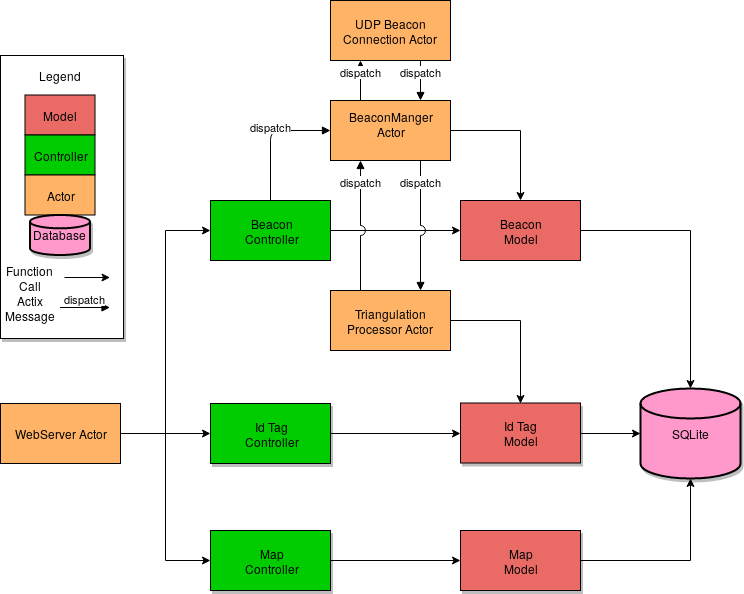
The draw.io diagram images/prototype_software_arch.png in liuyal/Akriveia, before a commit. Source tidied: cells renumbered, new cells last; positions are measured from the earlier drawing's top-left corner, leaving out a move shared by most shapes. Its diagram source:
```xml
<mxGraphModel>
  <root>
    <mxCell id="0" />
    <mxCell id="1" parent="0" />
    <mxCell id="2" style="edgeStyle=orthogonalEdgeStyle;rounded=0;jumpStyle=arc;jumpSize=17;jettySize=auto;html=1;entryX=0.5;entryY=0;entryDx=0;entryDy=0;" parent="1" edge="1" source="3" target="18">
      <mxGeometry relative="1" as="geometry" />
    </mxCell>
    <mxCell id="3" value="Triangulation Processor Actor" style="rounded=0;whiteSpace=wrap;html=1;fillColor=#FFB366;" parent="1" vertex="1">
      <mxGeometry x="330" y="290" width="120" height="60" as="geometry" />
    </mxCell>
    <mxCell id="4" style="edgeStyle=orthogonalEdgeStyle;rounded=0;jettySize=auto;html=1;entryX=0;entryY=0.5;entryDx=0;entryDy=0;" parent="1" edge="1" source="7" target="11">
      <mxGeometry relative="1" as="geometry" />
    </mxCell>
    <mxCell id="5" style="edgeStyle=orthogonalEdgeStyle;rounded=0;jettySize=auto;html=1;entryX=0;entryY=0.5;entryDx=0;entryDy=0;" parent="1" edge="1" source="7" target="14">
      <mxGeometry relative="1" as="geometry" />
    </mxCell>
    <mxCell id="6" style="edgeStyle=orthogonalEdgeStyle;rounded=0;jettySize=auto;html=1;entryX=0;entryY=0.5;entryDx=0;entryDy=0;" parent="1" edge="1" source="7" target="16">
      <mxGeometry relative="1" as="geometry" />
    </mxCell>
    <mxCell id="7" value="WebServer Actor" style="rounded=0;whiteSpace=wrap;html=1;fillColor=#FFB366;" parent="1" vertex="1">
      <mxGeometry y="403" width="120" height="60" as="geometry" />
    </mxCell>
    <mxCell id="8" style="edgeStyle=orthogonalEdgeStyle;rounded=0;jumpStyle=arc;jumpSize=10;jettySize=auto;html=1;entryX=0.5;entryY=0;entryDx=0;entryDy=0;entryPerimeter=0;" parent="1" edge="1" source="9" target="12">
      <mxGeometry relative="1" as="geometry">
        <Array as="points">
          <mxPoint x="690" y="230" />
        </Array>
      </mxGeometry>
    </mxCell>
    <mxCell id="9" value="&lt;div&gt;Beacon &lt;br&gt;&lt;/div&gt;&lt;div&gt;Model&lt;/div&gt;" style="rounded=0;whiteSpace=wrap;html=1;fillColor=#EA6B66;" parent="1" vertex="1">
      <mxGeometry x="460" y="200" width="120" height="60" as="geometry" />
    </mxCell>
    <mxCell id="10" value="UDP Beacon Connection Actor" style="rounded=0;whiteSpace=wrap;html=1;fillColor=#FFB366;" parent="1" vertex="1">
      <mxGeometry x="330" width="120" height="60" as="geometry" />
    </mxCell>
    <mxCell id="11" value="&lt;div&gt;Beacon &lt;br&gt;&lt;/div&gt;&lt;div&gt;Controller&lt;/div&gt;" style="rounded=0;whiteSpace=wrap;html=1;fillColor=#00CC00;" parent="1" vertex="1">
      <mxGeometry x="210" y="200" width="120" height="60" as="geometry" />
    </mxCell>
    <mxCell id="12" value="SQLite" style="strokeWidth=2;html=1;shape=mxgraph.flowchart.database;whiteSpace=wrap;shadow=1;fillColor=#FF99CC;" parent="1" vertex="1">
      <mxGeometry x="640" y="388" width="100" height="90" as="geometry" />
    </mxCell>
    <mxCell id="13" style="edgeStyle=orthogonalEdgeStyle;rounded=0;jettySize=auto;html=1;entryX=0;entryY=0.5;entryDx=0;entryDy=0;" parent="1" edge="1" source="14" target="18">
      <mxGeometry relative="1" as="geometry" />
    </mxCell>
    <mxCell id="14" value="&lt;div&gt;Id Tag &lt;br&gt;&lt;/div&gt;&lt;div&gt;Controller&lt;/div&gt;" style="rounded=0;whiteSpace=wrap;html=1;shadow=1;fillColor=#00CC00;" parent="1" vertex="1">
      <mxGeometry x="210" y="403" width="120" height="60" as="geometry" />
    </mxCell>
    <mxCell id="15" style="edgeStyle=orthogonalEdgeStyle;rounded=0;jettySize=auto;html=1;" parent="1" edge="1" source="16" target="21">
      <mxGeometry relative="1" as="geometry" />
    </mxCell>
    <mxCell id="16" value="&lt;div&gt;Map &lt;br&gt;&lt;/div&gt;&lt;div&gt;Controller&lt;/div&gt;" style="rounded=0;whiteSpace=wrap;html=1;shadow=1;fillColor=#00CC00;" parent="1" vertex="1">
      <mxGeometry x="210" y="530" width="120" height="60" as="geometry" />
    </mxCell>
    <mxCell id="17" style="edgeStyle=orthogonalEdgeStyle;rounded=0;jumpStyle=arc;jumpSize=10;jettySize=auto;html=1;entryX=0;entryY=0.5;entryDx=0;entryDy=0;entryPerimeter=0;" parent="1" edge="1" source="18" target="12">
      <mxGeometry relative="1" as="geometry" />
    </mxCell>
    <mxCell id="18" value="&lt;div&gt;Id Tag &lt;br&gt;&lt;/div&gt;&lt;div&gt;Model&lt;/div&gt;" style="rounded=0;whiteSpace=wrap;html=1;shadow=1;fillColor=#EA6B66;" parent="1" vertex="1">
      <mxGeometry x="460" y="402.5" width="120" height="60" as="geometry" />
    </mxCell>
    <mxCell id="19" style="endArrow=classic;html=1;exitX=1;exitY=0.5;exitDx=0;exitDy=0;entryX=0;entryY=0.5;entryDx=0;entryDy=0;" parent="1" edge="1" source="11" target="9">
      <mxGeometry relative="1" as="geometry" />
    </mxCell>
    <mxCell id="20" style="edgeStyle=orthogonalEdgeStyle;rounded=0;jumpStyle=arc;jumpSize=10;jettySize=auto;html=1;entryX=0.5;entryY=1;entryDx=0;entryDy=0;entryPerimeter=0;" parent="1" edge="1" source="21" target="12">
      <mxGeometry relative="1" as="geometry" />
    </mxCell>
    <mxCell id="21" value="&lt;div&gt;Map &lt;br&gt;&lt;/div&gt;&lt;div&gt;Model&lt;/div&gt;" style="rounded=0;whiteSpace=wrap;html=1;shadow=1;fillColor=#EA6B66;" parent="1" vertex="1">
      <mxGeometry x="460" y="530" width="120" height="60" as="geometry" />
    </mxCell>
    <mxCell id="22" style="edgeStyle=orthogonalEdgeStyle;rounded=0;jumpStyle=arc;jumpSize=10;jettySize=auto;html=1;entryX=0.5;entryY=0;entryDx=0;entryDy=0;" parent="1" edge="1" source="23" target="9">
      <mxGeometry relative="1" as="geometry" />
    </mxCell>
    <mxCell id="23" value="&lt;div&gt;BeaconManger Actor&lt;/div&gt;&lt;div&gt;&lt;br&gt;&lt;/div&gt;&lt;div&gt;(Singleton)&lt;/div&gt;" style="rounded=0;whiteSpace=wrap;html=1;fillColor=#FFB366;" parent="1" vertex="1">
      <mxGeometry x="330" y="100" width="120" height="60" as="geometry" />
    </mxCell>
    <mxCell id="24" value="dispatch" style="html=1;verticalAlign=bottom;endArrow=block;entryX=0;entryY=0.5;entryDx=0;entryDy=0;exitX=0.5;exitY=0;exitDx=0;exitDy=0;" parent="1" edge="1" source="11" target="23">
      <mxGeometry relative="1" as="geometry">
        <Array as="points">
          <mxPoint x="270" y="130" />
        </Array>
      </mxGeometry>
    </mxCell>
    <mxCell id="25" value="dispatch" style="html=1;verticalAlign=bottom;endArrow=block;exitX=0.25;exitY=0;exitDx=0;exitDy=0;entryX=0.25;entryY=1;entryDx=0;entryDy=0;" parent="1" edge="1" source="23" target="10">
      <mxGeometry relative="1" as="geometry" />
    </mxCell>
    <mxCell id="26" value="dispatch" style="html=1;verticalAlign=bottom;endArrow=block;exitX=0.75;exitY=1;exitDx=0;exitDy=0;entryX=0.75;entryY=0;entryDx=0;entryDy=0;" parent="1" edge="1" source="10" target="23">
      <mxGeometry relative="1" as="geometry" />
    </mxCell>
    <mxCell id="27" value="dispatch" style="html=1;verticalAlign=bottom;endArrow=block;exitX=0.25;exitY=0;exitDx=0;exitDy=0;entryX=0.25;entryY=1;entryDx=0;entryDy=0;jumpStyle=arc;jumpSize=10;" parent="1" edge="1" source="3" target="23">
      <mxGeometry x="0.54" relative="1" as="geometry" />
    </mxCell>
    <mxCell id="28" value="dispatch" style="html=1;verticalAlign=bottom;endArrow=block;exitX=0.75;exitY=1;exitDx=0;exitDy=0;entryX=0.75;entryY=0;entryDx=0;entryDy=0;jumpStyle=arc;jumpSize=10;" parent="1" edge="1" source="23" target="3">
      <mxGeometry x="-0.54" relative="1" as="geometry" />
    </mxCell>
    <mxCell id="29" style="group;" parent="1" vertex="1">
      <mxGeometry y="55" width="123" height="283" as="geometry" />
    </mxCell>
    <mxCell id="30" style="rounded=0;whiteSpace=wrap;html=1;shadow=1;fillColor=#FFFFFF;" parent="29" vertex="1">
      <mxGeometry width="123" height="283" as="geometry" />
    </mxCell>
    <mxCell id="31" value="&lt;div&gt;Model&lt;/div&gt;" style="rounded=0;whiteSpace=wrap;html=1;fillColor=#EA6B66;" parent="29" vertex="1">
      <mxGeometry x="24.5" y="39.5" width="70" height="40" as="geometry" />
    </mxCell>
    <mxCell id="32" value="Controller" style="rounded=0;whiteSpace=wrap;html=1;fillColor=#00CC00;" parent="29" vertex="1">
      <mxGeometry x="24.5" y="79.5" width="70" height="40" as="geometry" />
    </mxCell>
    <mxCell id="33" value="Actor" style="rounded=0;whiteSpace=wrap;html=1;fillColor=#FFB366;" parent="29" vertex="1">
      <mxGeometry x="24.5" y="119.5" width="70" height="40" as="geometry" />
    </mxCell>
    <mxCell id="34" value="Database" style="strokeWidth=2;html=1;shape=mxgraph.flowchart.database;whiteSpace=wrap;shadow=1;fillColor=#FF99CC;" parent="29" vertex="1">
      <mxGeometry x="29.5" y="159.5" width="60" height="40" as="geometry" />
    </mxCell>
    <mxCell id="35" value="Legend" style="text;html=1;strokeColor=none;fillColor=none;align=center;verticalAlign=middle;whiteSpace=wrap;rounded=0;shadow=1;" parent="29" vertex="1">
      <mxGeometry x="39.5" y="9.5" width="40" height="20" as="geometry" />
    </mxCell>
    <mxCell id="36" style="group;" parent="29" vertex="1">
      <mxGeometry x="9.5" y="212" width="100" height="20" as="geometry" />
    </mxCell>
    <mxCell id="37" style="endArrow=classic;html=1;" parent="36" edge="1">
      <mxGeometry relative="1" as="geometry">
        <mxPoint x="54.5" y="10" as="sourcePoint" />
        <mxPoint x="100" y="10" as="targetPoint" />
      </mxGeometry>
    </mxCell>
    <mxCell id="38" value="Function Call" style="text;html=1;strokeColor=none;fillColor=none;align=center;verticalAlign=middle;whiteSpace=wrap;rounded=0;shadow=1;" parent="36" vertex="1">
      <mxGeometry width="40" height="20" as="geometry" />
    </mxCell>
    <mxCell id="39" style="group;" parent="29" vertex="1">
      <mxGeometry x="9.5" y="242" width="100" height="20" as="geometry" />
    </mxCell>
    <mxCell id="40" value="dispatch" style="html=1;verticalAlign=bottom;endArrow=block;" parent="39" edge="1">
      <mxGeometry relative="1" as="geometry">
        <mxPoint x="50" y="10" as="sourcePoint" />
        <mxPoint x="100" y="10" as="targetPoint" />
      </mxGeometry>
    </mxCell>
    <mxCell id="41" value="Actix Message" style="text;html=1;strokeColor=none;fillColor=none;align=center;verticalAlign=middle;whiteSpace=wrap;rounded=0;shadow=1;" parent="39" vertex="1">
      <mxGeometry width="40" height="20" as="geometry" />
    </mxCell>
  </root>
</mxGraphModel>
```
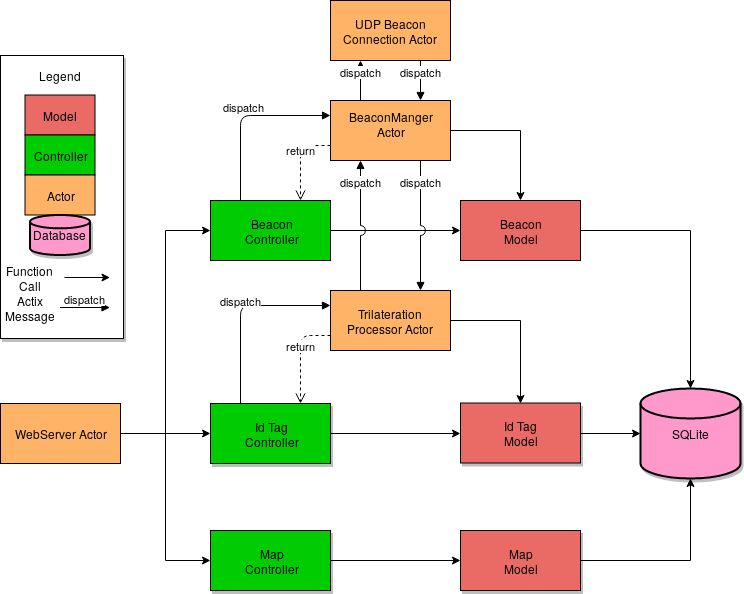
Later version of the same file.

Diff of the diagram source:
```diff
@@ -5,7 +5,7 @@
     <mxCell id="2" style="edgeStyle=orthogonalEdgeStyle;rounded=0;jumpStyle=arc;jumpSize=17;jettySize=auto;html=1;entryX=0.5;entryY=0;entryDx=0;entryDy=0;" parent="1" edge="1" source="3" target="18">
       <mxGeometry relative="1" as="geometry" />
     </mxCell>
-    <mxCell id="3" value="Triangulation Processor Actor" style="rounded=0;whiteSpace=wrap;html=1;fillColor=#FFB366;" parent="1" vertex="1">
+    <mxCell id="3" value="Trilateration Processor Actor" style="rounded=0;whiteSpace=wrap;html=1;fillColor=#FFB366;" parent="1" vertex="1">
       <mxGeometry x="330" y="290" width="120" height="60" as="geometry" />
     </mxCell>
     <mxCell id="4" style="edgeStyle=orthogonalEdgeStyle;rounded=0;jettySize=auto;html=1;entryX=0;entryY=0.5;entryDx=0;entryDy=0;" parent="1" edge="1" source="7" target="11">
@@ -72,10 +72,10 @@
     <mxCell id="23" value="&lt;div&gt;BeaconManger Actor&lt;/div&gt;&lt;div&gt;&lt;br&gt;&lt;/div&gt;&lt;div&gt;(Singleton)&lt;/div&gt;" style="rounded=0;whiteSpace=wrap;html=1;fillColor=#FFB366;" parent="1" vertex="1">
       <mxGeometry x="330" y="100" width="120" height="60" as="geometry" />
     </mxCell>
-    <mxCell id="24" value="dispatch" style="html=1;verticalAlign=bottom;endArrow=block;entryX=0;entryY=0.5;entryDx=0;entryDy=0;exitX=0.5;exitY=0;exitDx=0;exitDy=0;" parent="1" edge="1" source="11" target="23">
+    <mxCell id="24" value="dispatch" style="html=1;verticalAlign=bottom;endArrow=block;entryX=0;entryY=0.25;entryDx=0;entryDy=0;exitX=0.25;exitY=0;exitDx=0;exitDy=0;" parent="1" edge="1" source="11" target="23">
       <mxGeometry relative="1" as="geometry">
         <Array as="points">
-          <mxPoint x="270" y="130" />
+          <mxPoint x="240" y="115" />
         </Array>
       </mxGeometry>
     </mxCell>
@@ -136,5 +136,26 @@
     <mxCell id="41" value="Actix Message" style="text;html=1;strokeColor=none;fillColor=none;align=center;verticalAlign=middle;whiteSpace=wrap;rounded=0;shadow=1;" parent="39" vertex="1">
       <mxGeometry width="40" height="20" as="geometry" />
     </mxCell>
+    <mxCell id="42" value="dispatch" style="html=1;verticalAlign=bottom;endArrow=block;entryX=0;entryY=0.25;entryDx=0;entryDy=0;exitX=0.25;exitY=0;exitDx=0;exitDy=0;" parent="1" edge="1" source="14" target="3">
+      <mxGeometry relative="1" as="geometry">
+        <Array as="points">
+          <mxPoint x="240" y="305" />
+        </Array>
+      </mxGeometry>
+    </mxCell>
+    <mxCell id="43" value="return" style="html=1;verticalAlign=bottom;endArrow=open;dashed=1;endSize=8;entryX=0.75;entryY=0;entryDx=0;entryDy=0;exitX=0;exitY=0.75;exitDx=0;exitDy=0;" parent="1" edge="1" source="3" target="14">
+      <mxGeometry relative="1" as="geometry">
+        <Array as="points">
+          <mxPoint x="300" y="335" />
+        </Array>
+      </mxGeometry>
+    </mxCell>
+    <mxCell id="44" value="return" style="html=1;verticalAlign=bottom;endArrow=open;dashed=1;endSize=8;entryX=0.75;entryY=0;entryDx=0;entryDy=0;exitX=0;exitY=0.75;exitDx=0;exitDy=0;" parent="1" edge="1" source="23" target="11">
+      <mxGeometry relative="1" as="geometry">
+        <Array as="points">
+          <mxPoint x="300" y="145" />
+        </Array>
+      </mxGeometry>
+    </mxCell>
   </root>
 </mxGraphModel>
```
